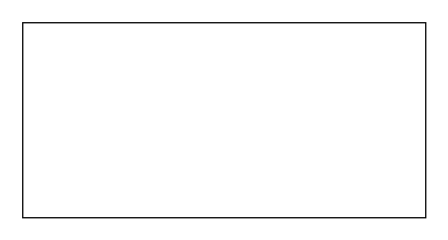
AryUNAB/Grupo-10-TOP-2 keeps this draw.io diagram as Untitled Diagram.drawio. Above is the earlier version. Source tidied: cells renumbered, new cells numbered last; positions are measured from the earlier drawing's top-left corner, leaving out a move shared by most shapes. Both pictures are drawn from the tidied source at 130%, with x=0, y=0 at pixel (22, 22).
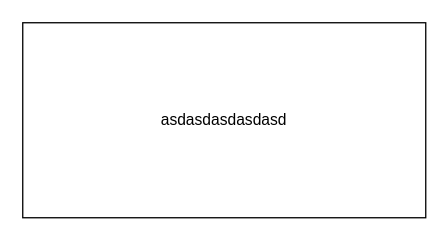
The same diagram, later.

What changed in the source:
```diff
@@
 <mxGraphModel>
   <root>
     <mxCell id="0" />
     <mxCell id="1" parent="0" />
-    <mxCell id="2" style="rounded=0;whiteSpace=wrap;html=1;" parent="1" vertex="1">
+    <mxCell id="2" value="asdasdasdasdasd" style="rounded=0;whiteSpace=wrap;html=1;" parent="1" vertex="1">
       <mxGeometry width="310" height="150" as="geometry" />
     </mxCell>
   </root>
 </mxGraphModel>
```
